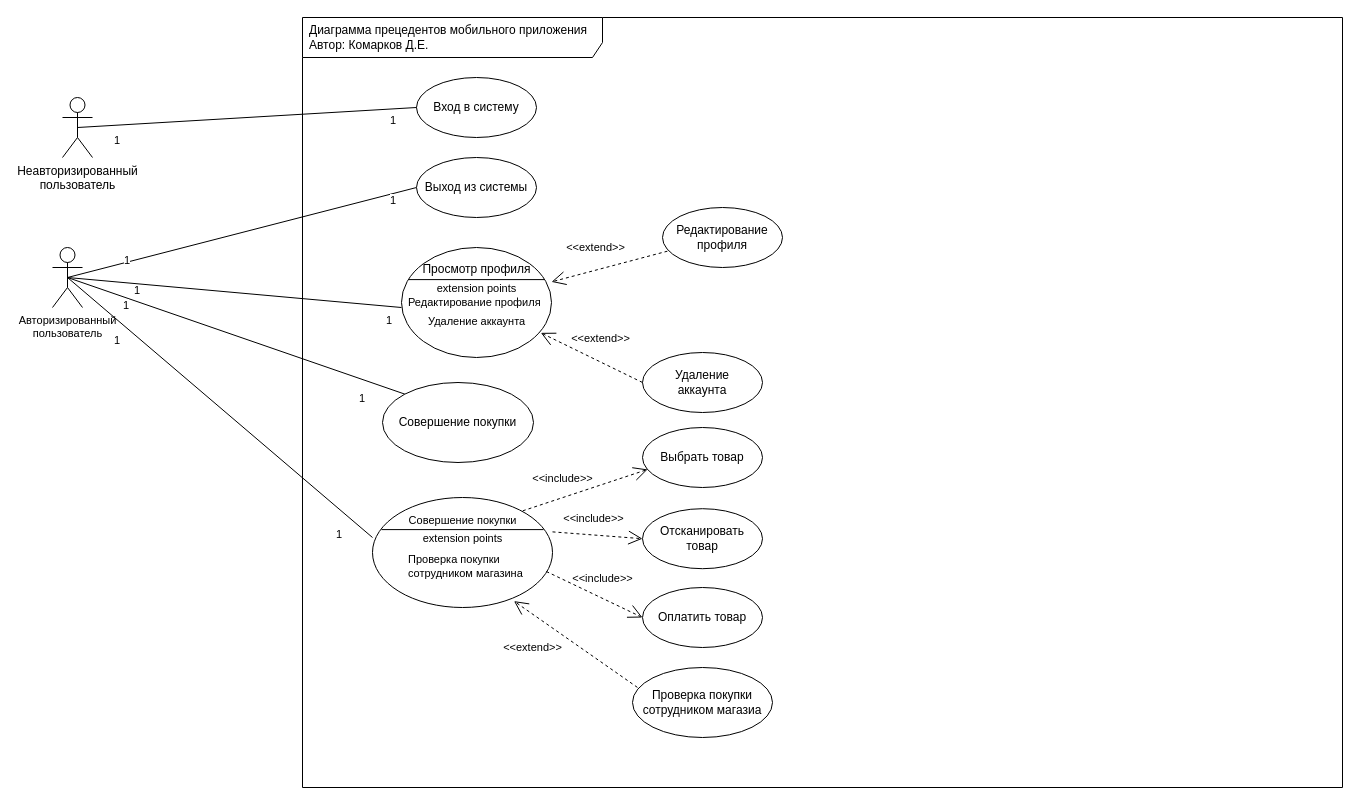
Before: Диаграмма без названия.drawio in denis200/django_first_site, a draw.io diagram. Source tidied: cells renumbered, new cells numbered last; positions are measured from the earlier drawing's top-left corner, leaving out a move shared by most shapes. Both pictures are drawn from the tidied source at 100%, with x=0, y=0 at pixel (52, 17).
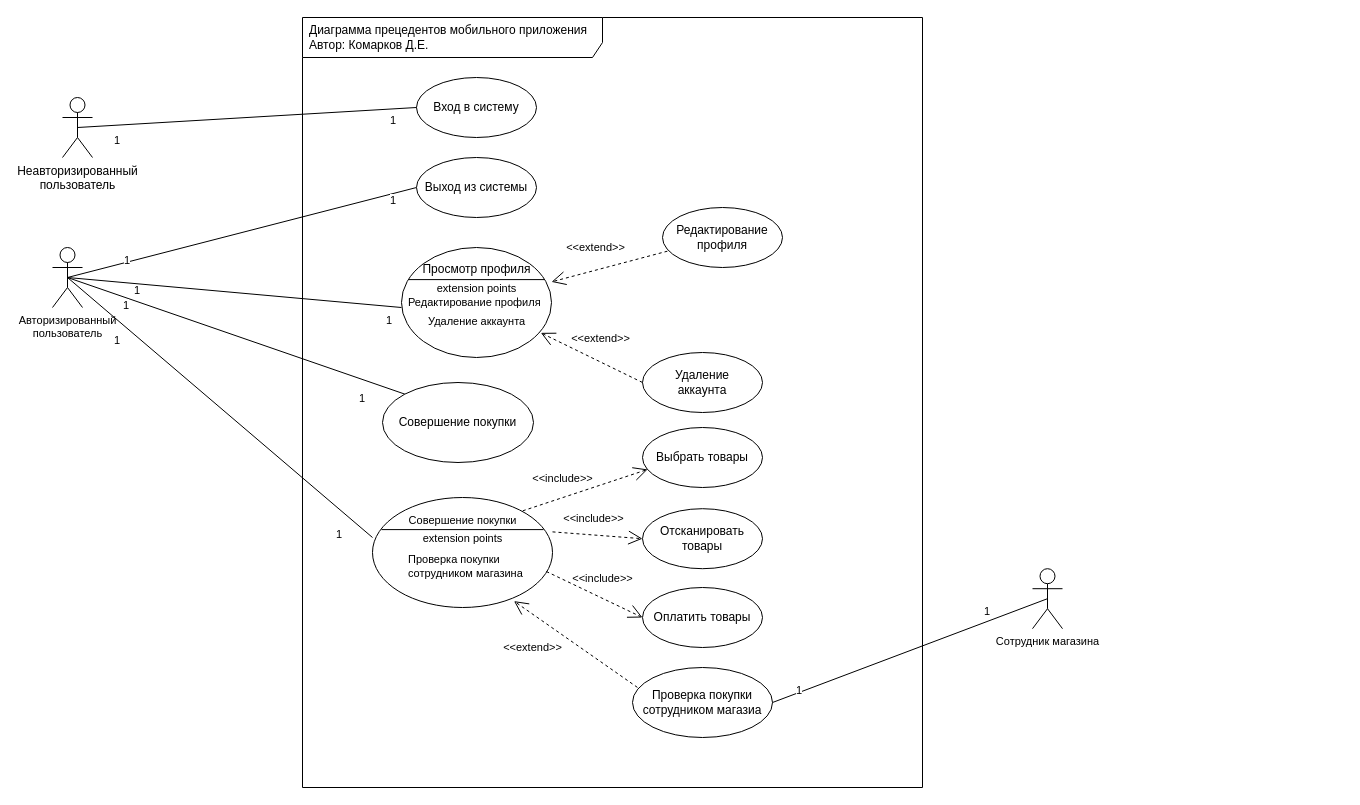
Above is the later version.

The change refers to these unchanged cells:
```xml
<mxCell id="41" value="Проверка покупки&lt;br&gt;сотрудником магазиа" style="ellipse;whiteSpace=wrap;html=1;" parent="1" vertex="1">
  <mxGeometry x="580" y="650" width="140" height="70" as="geometry" />
</mxCell>
```

The edit, as a diff of the source:
```diff
@@
     <mxCell id="2" value="Диаграмма прецедентов мобильного приложения&lt;br&gt;Автор: Комарков Д.Е." style="shape=umlFrame;whiteSpace=wrap;html=1;width=300;height=40;boundedLbl=1;verticalAlign=middle;align=left;spacingLeft=5;" parent="1" vertex="1">
-      <mxGeometry x="250" width="1040" height="770" as="geometry" />
+      <mxGeometry x="250" width="620" height="770" as="geometry" />
     </mxCell>
@@
-    <mxCell id="30" value="Отсканировать товар" style="ellipse;whiteSpace=wrap;html=1;" parent="1" vertex="1">
+    <mxCell id="30" value="Отсканировать товары" style="ellipse;whiteSpace=wrap;html=1;" parent="1" vertex="1">
       <mxGeometry x="590" y="491.2" width="120" height="60" as="geometry" />
     </mxCell>
-    <mxCell id="31" value="Оплатить товар" style="ellipse;whiteSpace=wrap;html=1;" parent="1" vertex="1">
+    <mxCell id="31" value="Оплатить товары" style="ellipse;whiteSpace=wrap;html=1;" parent="1" vertex="1">
       <mxGeometry x="590" y="570" width="120" height="60" as="geometry" />
     </mxCell>
-    <mxCell id="32" value="Выбрать товар" style="ellipse;whiteSpace=wrap;html=1;" parent="1" vertex="1">
+    <mxCell id="32" value="Выбрать товары" style="ellipse;whiteSpace=wrap;html=1;" parent="1" vertex="1">
       <mxGeometry x="590" y="410" width="120" height="60" as="geometry" />
     </mxCell>
@@
+    <mxCell id="46" value="Сотрудник магазина" style="shape=umlActor;verticalLabelPosition=bottom;verticalAlign=top;html=1;fontFamily=Helvetica;fontSize=11;fontColor=default;" parent="1" vertex="1">
+      <mxGeometry x="980" y="551.2" width="30" height="60" as="geometry" />
+    </mxCell>
+    <mxCell id="47" style="endArrow=none;html=1;endSize=12;startArrow=none;startSize=14;startFill=0;rounded=0;endFill=0;exitX=0.5;exitY=0.5;exitDx=0;exitDy=0;exitPerimeter=0;entryX=1;entryY=0.5;entryDx=0;entryDy=0;" parent="1" edge="1" source="46" target="41">
+      <mxGeometry relative="1" as="geometry" />
+    </mxCell>
+    <mxCell id="48" value="1" style="edgeLabel;html=1;align=left;verticalAlign=top;" parent="47" vertex="1">
+      <mxGeometry x="-1" relative="1" as="geometry">
+        <mxPoint x="-65" as="offset" />
+      </mxGeometry>
+    </mxCell>
+    <mxCell id="49" value="1" style="edgeLabel;html=1;align=right;verticalAlign=top;" parent="47" vertex="1">
+      <mxGeometry x="1" relative="1" as="geometry">
+        <mxPoint x="30" y="-25" as="offset" />
+      </mxGeometry>
+    </mxCell>
```
